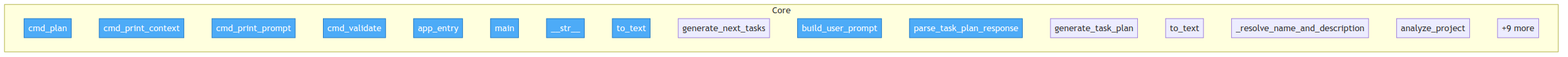
semcod/nxdo keeps this Mermaid diagram as project/flow.png. Above is the earlier version. Its source is kept beside it as project/flow.mmd.
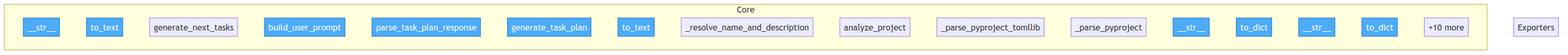
After the commit.

The edit, as a diff of the source:
```diff
@@ -7,6 +7,7 @@
         src__lane__cli__cmd_print_context["cmd_print_context"]
         src__lane__cli__cmd_print_prompt["cmd_print_prompt"]
         src__lane__cli__cmd_validate["cmd_validate"]
+        src__lane__cli__cmd_tickets["cmd_tickets"]
         src__lane__cli__app_entry["app_entry"]
         src__lane__cli__main["main"]
         src__lane__git_reader__CommitInfo____str__["__str__"]
@@ -17,8 +18,10 @@
         src__lane__llm_client__OpenAICompatibleLLMClient__generate_task_plan["generate_task_plan"]
         src__lane__project_analyzer__ProjectSnapshot__to_text["to_text"]
         src__lane__project_analyzer___resolve_name_and_description["_resolve_name_and_description"]
-        src__lane__project_analyzer__analyze_project["analyze_project"]
-        ...["+9 more"]
+        ...["+10 more"]
     end
 
-    class src__lane__cli__cmd_plan,src__lane__cli__cmd_print_context,src__lane__cli__cmd_print_prompt,src__lane__cli__cmd_validate,src__lane__cli__app_entry,src__lane__cli__main,src__lane__git_reader__CommitInfo____str__,src__lane__git_reader__GitContext__to_text,src__lane__llm_client__build_user_prompt,src__lane__llm_client__parse_task_plan_response entry
+    subgraph Exporters
+    end
+
+    class src__lane__cli__cmd_plan,src__lane__cli__cmd_print_context,src__lane__cli__cmd_print_prompt,src__lane__cli__cmd_validate,src__lane__cli__cmd_tickets,src__lane__cli__app_entry,src__lane__cli__main,src__lane__git_reader__CommitInfo____str__,src__lane__git_reader__GitContext__to_text,src__lane__llm_client__build_user_prompt entry
```
